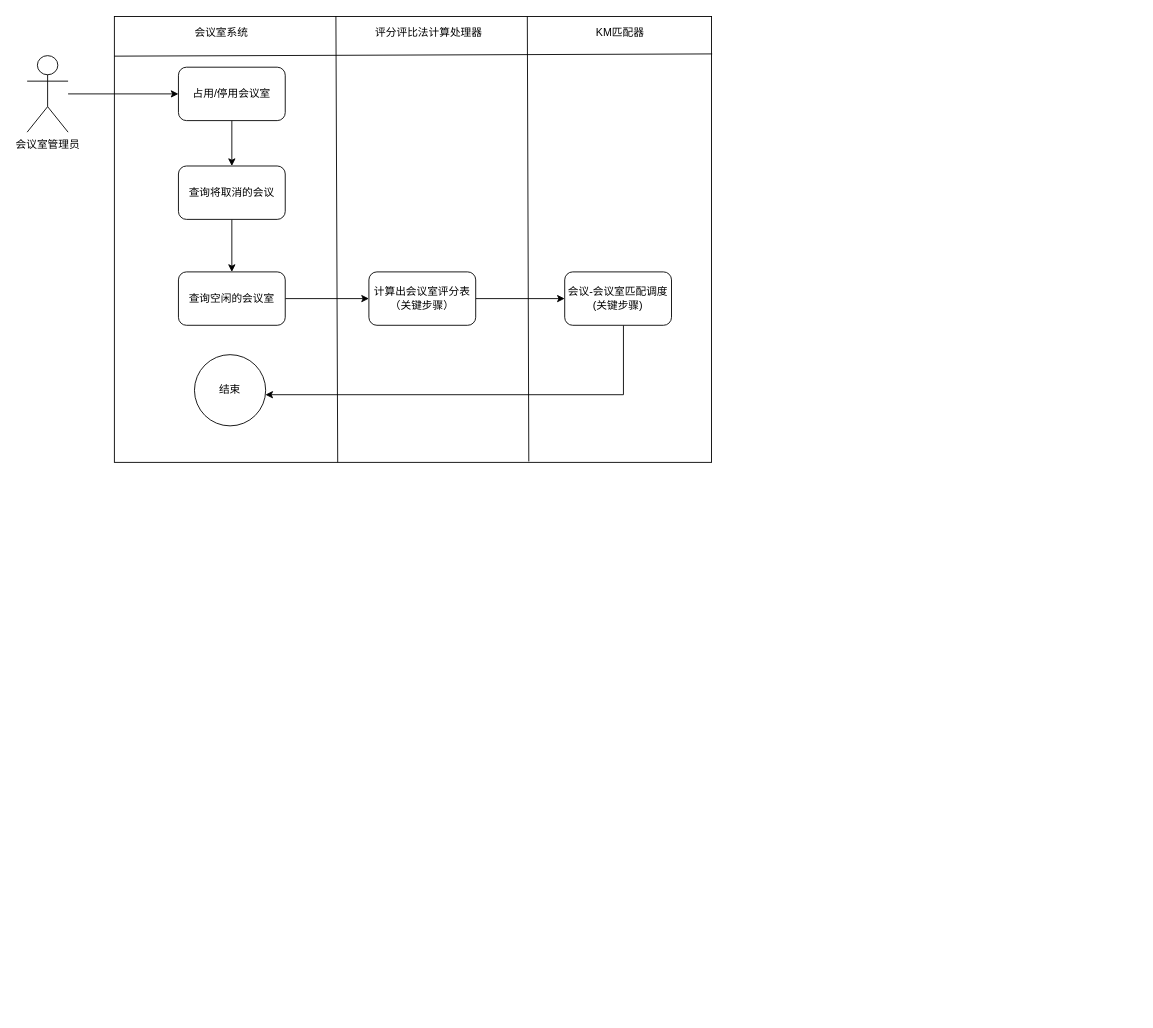
This is 专利11.drawio from laowang-cloud/diagrams, a draw.io file, before an edit. Source tidied: cells renumbered, new cells numbered last; positions are measured from the earlier drawing's top-left corner, leaving out a move shared by most shapes. Both pictures are drawn from the tidied source at 89%, with x=0, y=0 at pixel (27, 16).
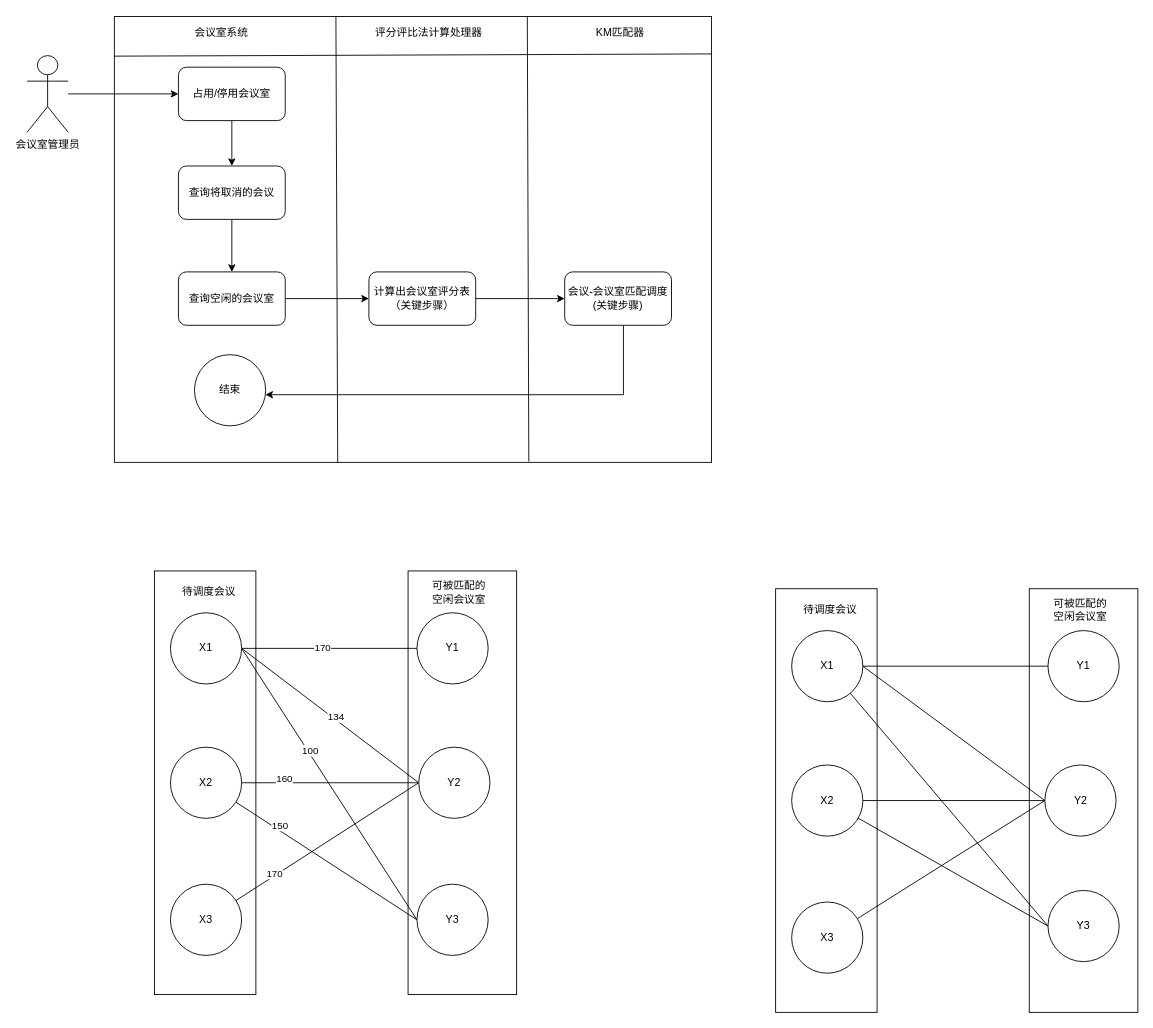
After the change.

What changed in the source:
```diff
@@
+    <mxCell id="22" style="rounded=0;whiteSpace=wrap;html=1;" parent="1" vertex="1">
+      <mxGeometry x="428" y="623" width="122" height="476" as="geometry" />
+    </mxCell>
+    <mxCell id="23" style="rounded=0;whiteSpace=wrap;html=1;" parent="1" vertex="1">
+      <mxGeometry x="143" y="623" width="114" height="476" as="geometry" />
+    </mxCell>
@@
+    <mxCell id="24" style="rounded=0;jettySize=auto;html=1;entryX=0;entryY=0.5;entryDx=0;entryDy=0;endArrow=none;endFill=0;exitX=1;exitY=0.5;exitDx=0;exitDy=0;" parent="1" edge="1" source="30" target="40">
+      <mxGeometry relative="1" as="geometry" />
+    </mxCell>
+    <mxCell id="25" value="134" style="edgeLabel;html=1;align=center;verticalAlign=middle;" parent="24" vertex="1">
+      <mxGeometry x="0.04" y="3" relative="1" as="geometry" />
+    </mxCell>
+    <mxCell id="26" style="edgeStyle=none;rounded=0;jettySize=auto;html=1;endArrow=none;endFill=0;" parent="1" edge="1" source="30" target="39">
+      <mxGeometry relative="1" as="geometry" />
+    </mxCell>
+    <mxCell id="27" value="170" style="edgeLabel;html=1;align=center;verticalAlign=middle;" parent="26" vertex="1">
+      <mxGeometry x="-0.09" y="2" relative="1" as="geometry" />
+    </mxCell>
+    <mxCell id="28" style="edgeStyle=none;rounded=0;jettySize=auto;html=1;entryX=0;entryY=0.5;entryDx=0;entryDy=0;endArrow=none;endFill=0;exitX=1;exitY=0.5;exitDx=0;exitDy=0;" parent="1" edge="1" source="30" target="41">
+      <mxGeometry relative="1" as="geometry" />
+    </mxCell>
+    <mxCell id="29" value="100" style="edgeLabel;html=1;align=center;verticalAlign=middle;" parent="28" vertex="1">
+      <mxGeometry x="-0.24" y="2" relative="1" as="geometry" />
+    </mxCell>
+    <mxCell id="30" value="X1" style="ellipse;whiteSpace=wrap;html=1;" parent="1" vertex="1">
+      <mxGeometry x="161" y="670" width="80" height="80" as="geometry" />
+    </mxCell>
+    <mxCell id="31" style="edgeStyle=none;rounded=0;jettySize=auto;html=1;entryX=0;entryY=0.5;entryDx=0;entryDy=0;endArrow=none;endFill=0;" parent="1" edge="1" source="35" target="40">
+      <mxGeometry relative="1" as="geometry" />
+    </mxCell>
+    <mxCell id="32" value="160" style="edgeLabel;html=1;align=center;verticalAlign=middle;" parent="31" vertex="1">
+      <mxGeometry x="-0.53" y="5" relative="1" as="geometry" />
+    </mxCell>
+    <mxCell id="33" style="edgeStyle=none;rounded=0;jettySize=auto;html=1;entryX=0;entryY=0.5;entryDx=0;entryDy=0;endArrow=none;endFill=0;" parent="1" edge="1" source="35" target="41">
+      <mxGeometry relative="1" as="geometry" />
+    </mxCell>
+    <mxCell id="34" value="150" style="edgeLabel;html=1;align=center;verticalAlign=middle;" parent="33" vertex="1">
+      <mxGeometry x="-0.55" y="5" relative="1" as="geometry" />
+    </mxCell>
+    <mxCell id="35" value="X2" style="ellipse;whiteSpace=wrap;html=1;" parent="1" vertex="1">
+      <mxGeometry x="161" y="821" width="80" height="80" as="geometry" />
+    </mxCell>
+    <mxCell id="36" style="edgeStyle=none;rounded=0;jettySize=auto;html=1;entryX=0;entryY=0.5;entryDx=0;entryDy=0;endArrow=none;endFill=0;" parent="1" edge="1" source="38" target="40">
+      <mxGeometry relative="1" as="geometry" />
+    </mxCell>
+    <mxCell id="37" value="170" style="edgeLabel;html=1;align=center;verticalAlign=middle;" parent="36" vertex="1">
+      <mxGeometry x="-0.57" y="3" relative="1" as="geometry" />
+    </mxCell>
+    <mxCell id="38" value="X3" style="ellipse;whiteSpace=wrap;html=1;" parent="1" vertex="1">
+      <mxGeometry x="161" y="975" width="80" height="80" as="geometry" />
+    </mxCell>
+    <mxCell id="39" value="Y1" style="ellipse;whiteSpace=wrap;html=1;" parent="1" vertex="1">
+      <mxGeometry x="438" y="670" width="80" height="80" as="geometry" />
+    </mxCell>
+    <mxCell id="40" value="Y2" style="ellipse;whiteSpace=wrap;html=1;" parent="1" vertex="1">
+      <mxGeometry x="440" y="821" width="80" height="80" as="geometry" />
+    </mxCell>
+    <mxCell id="41" value="Y3" style="ellipse;whiteSpace=wrap;html=1;" parent="1" vertex="1">
+      <mxGeometry x="438" y="975" width="80" height="80" as="geometry" />
+    </mxCell>
+    <mxCell id="42" value="待调度会议" style="text;html=1;strokeColor=none;fillColor=none;align=center;verticalAlign=middle;whiteSpace=wrap;rounded=0;" parent="1" vertex="1">
+      <mxGeometry x="170" y="632" width="69" height="30" as="geometry" />
+    </mxCell>
+    <mxCell id="43" value="可被匹配的空闲会议室" style="text;html=1;strokeColor=none;fillColor=none;align=center;verticalAlign=middle;whiteSpace=wrap;rounded=0;" parent="1" vertex="1">
+      <mxGeometry x="451" y="632" width="69" height="30" as="geometry" />
+    </mxCell>
+    <mxCell id="44" style="rounded=0;whiteSpace=wrap;html=1;" parent="1" vertex="1">
+      <mxGeometry x="1126" y="643" width="122" height="476" as="geometry" />
+    </mxCell>
+    <mxCell id="45" style="rounded=0;whiteSpace=wrap;html=1;" parent="1" vertex="1">
+      <mxGeometry x="841" y="643" width="114" height="476" as="geometry" />
+    </mxCell>
+    <mxCell id="46" style="rounded=0;jettySize=auto;html=1;entryX=0;entryY=0.5;entryDx=0;entryDy=0;endArrow=none;endFill=0;exitX=1;exitY=0.5;exitDx=0;exitDy=0;" parent="1" edge="1" source="49" target="56">
+      <mxGeometry relative="1" as="geometry" />
+    </mxCell>
+    <mxCell id="47" style="edgeStyle=none;rounded=0;jettySize=auto;html=1;endArrow=none;endFill=0;" parent="1" edge="1" source="49" target="55">
+      <mxGeometry relative="1" as="geometry" />
+    </mxCell>
+    <mxCell id="48" style="edgeStyle=none;rounded=0;jettySize=auto;html=1;entryX=0;entryY=0.5;entryDx=0;entryDy=0;endArrow=none;endFill=0;" parent="1" edge="1" source="49" target="59">
+      <mxGeometry relative="1" as="geometry" />
+    </mxCell>
+    <mxCell id="49" value="X1" style="ellipse;whiteSpace=wrap;html=1;" parent="1" vertex="1">
+      <mxGeometry x="859" y="690" width="80" height="80" as="geometry" />
+    </mxCell>
+    <mxCell id="50" style="edgeStyle=none;rounded=0;jettySize=auto;html=1;entryX=0;entryY=0.5;entryDx=0;entryDy=0;endArrow=none;endFill=0;" parent="1" edge="1" source="52" target="56">
+      <mxGeometry relative="1" as="geometry" />
+    </mxCell>
+    <mxCell id="51" style="edgeStyle=none;rounded=0;jettySize=auto;html=1;entryX=0;entryY=0.5;entryDx=0;entryDy=0;endArrow=none;endFill=0;" parent="1" edge="1" source="52" target="59">
+      <mxGeometry relative="1" as="geometry" />
+    </mxCell>
+    <mxCell id="52" value="X2" style="ellipse;whiteSpace=wrap;html=1;" parent="1" vertex="1">
+      <mxGeometry x="859" y="841" width="80" height="80" as="geometry" />
+    </mxCell>
+    <mxCell id="53" style="edgeStyle=none;rounded=0;jettySize=auto;html=1;entryX=0;entryY=0.5;entryDx=0;entryDy=0;endArrow=none;endFill=0;" parent="1" edge="1" source="54" target="56">
+      <mxGeometry relative="1" as="geometry" />
+    </mxCell>
+    <mxCell id="54" value="X3" style="ellipse;whiteSpace=wrap;html=1;" parent="1" vertex="1">
+      <mxGeometry x="859" y="995" width="80" height="80" as="geometry" />
+    </mxCell>
+    <mxCell id="55" value="Y1" style="ellipse;whiteSpace=wrap;html=1;" parent="1" vertex="1">
+      <mxGeometry x="1147" y="690" width="80" height="80" as="geometry" />
+    </mxCell>
+    <mxCell id="56" value="Y2" style="ellipse;whiteSpace=wrap;html=1;" parent="1" vertex="1">
+      <mxGeometry x="1143.5" y="841" width="80" height="80" as="geometry" />
+    </mxCell>
+    <mxCell id="57" value="待调度会议" style="text;html=1;strokeColor=none;fillColor=none;align=center;verticalAlign=middle;whiteSpace=wrap;rounded=0;" parent="1" vertex="1">
+      <mxGeometry x="868" y="652" width="69" height="30" as="geometry" />
+    </mxCell>
+    <mxCell id="58" value="可被匹配的空闲会议室" style="text;html=1;strokeColor=none;fillColor=none;align=center;verticalAlign=middle;whiteSpace=wrap;rounded=0;" parent="1" vertex="1">
+      <mxGeometry x="1149" y="652" width="69" height="30" as="geometry" />
+    </mxCell>
+    <mxCell id="59" value="Y3" style="ellipse;whiteSpace=wrap;html=1;" parent="1" vertex="1">
+      <mxGeometry x="1147" y="982" width="80" height="80" as="geometry" />
+    </mxCell>
```
